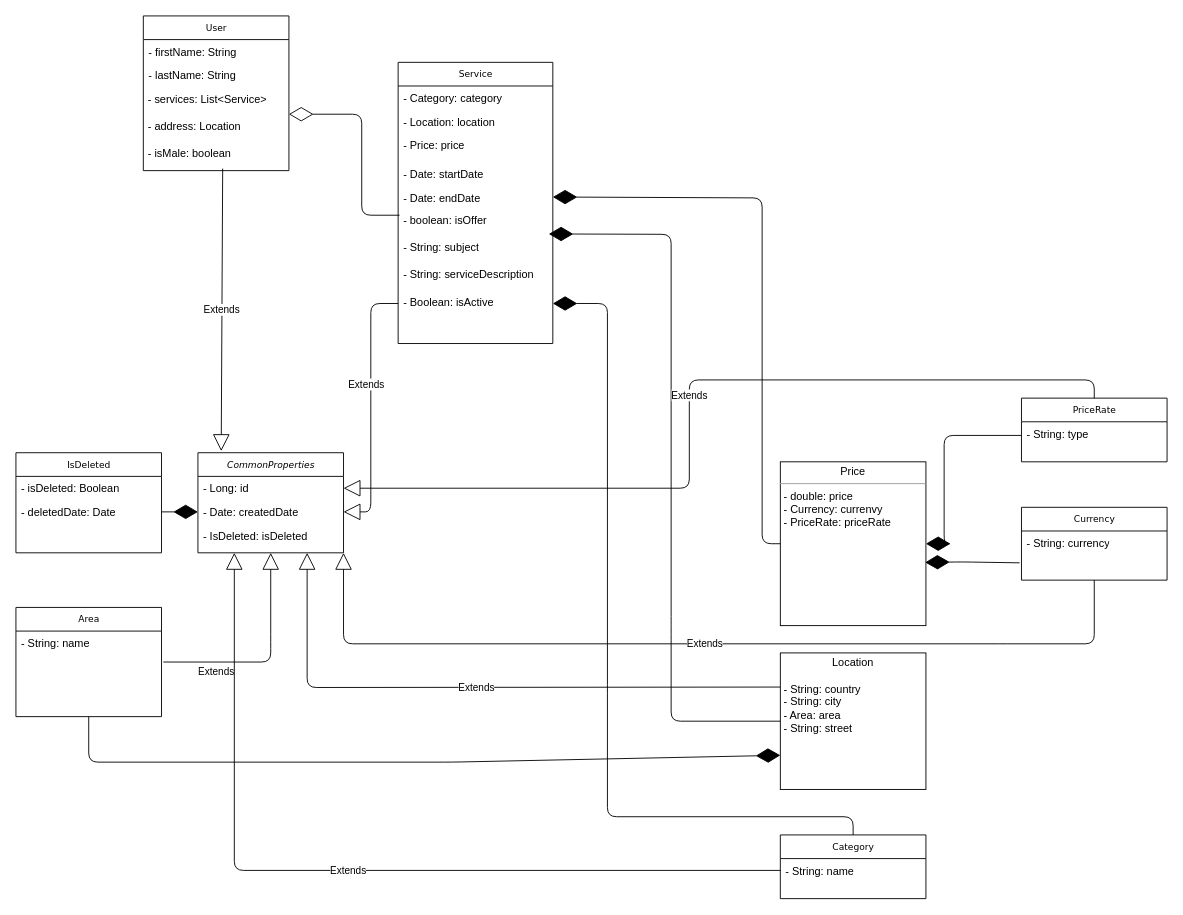
This is HelppyUML.drawio from StanislavRa/group_A_Helppy, a draw.io file, before an edit. Source tidied: cells renumbered, new cells numbered last; positions are measured from the earlier drawing's top-left corner, leaving out a move shared by most shapes. Both pictures are drawn from the tidied source at 91%, with x=0, y=0 at pixel (15, 15).
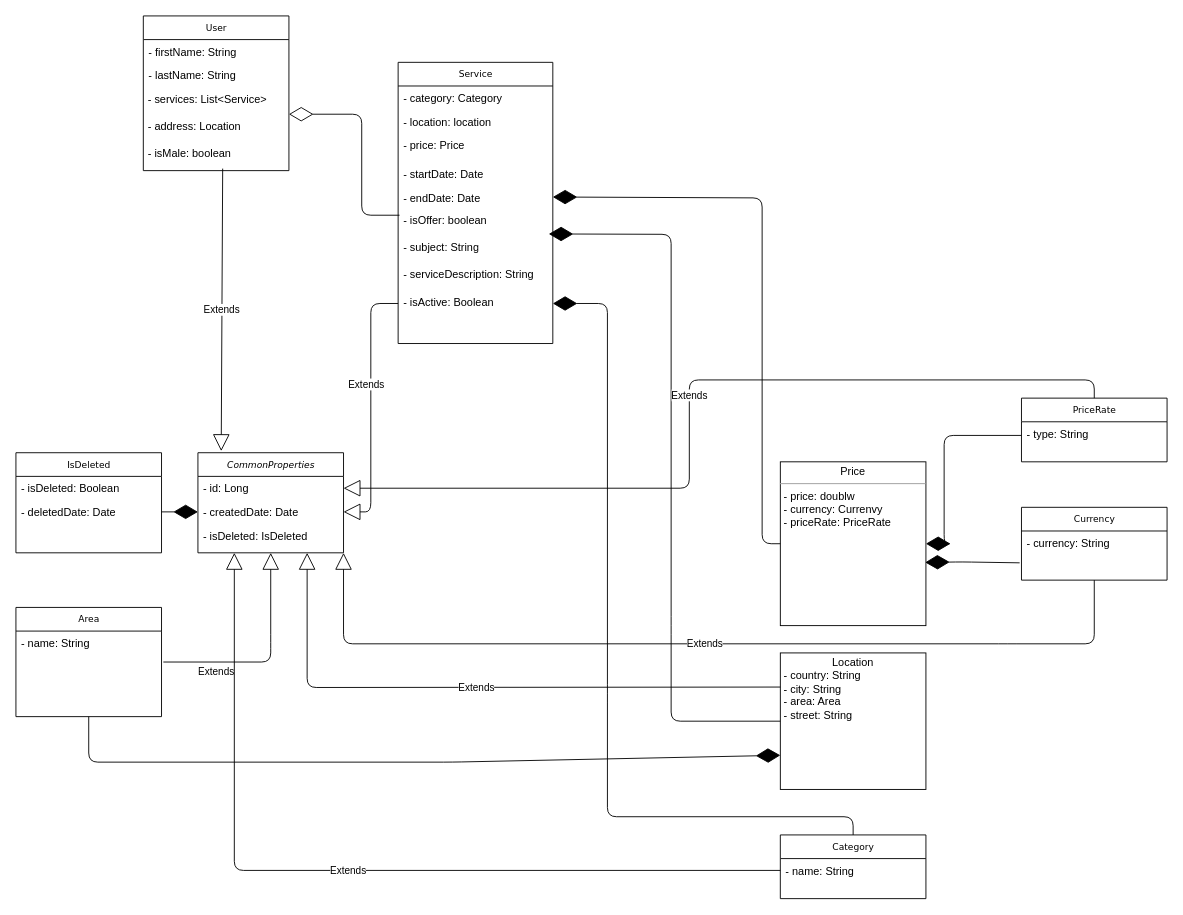
The same page after the edit.

Unchanged cells that the change refers to:
```xml
<mxCell id="2" value="Category" style="swimlane;html=1;fontStyle=0;horizontal=1;startSize=26;fillColor=none;swimlaneFillColor=#ffffff;rounded=0;shadow=0;comic=0;labelBackgroundColor=none;strokeWidth=1;fontFamily=Verdana;fontSize=10;align=center;" parent="1" vertex="1">
  <mxGeometry x="840" y="900" width="160" height="70" as="geometry" />
</mxCell>
<mxCell id="4" value="Service" style="swimlane;html=1;fontStyle=0;horizontal=1;startSize=26;fillColor=none;swimlaneFillColor=#ffffff;rounded=0;shadow=0;comic=0;labelBackgroundColor=none;strokeWidth=1;fontFamily=Verdana;fontSize=10;align=center;" parent="1" vertex="1">
  <mxGeometry x="420" y="51" width="170" height="309" as="geometry" />
</mxCell>
<mxCell id="19" value="Area" style="swimlane;html=1;fontStyle=0;horizontal=1;startSize=26;fillColor=none;swimlaneFillColor=#ffffff;rounded=0;shadow=0;comic=0;labelBackgroundColor=none;strokeWidth=1;fontFamily=Verdana;fontSize=10;align=center;" parent="1" vertex="1">
  <mxGeometry y="650" width="160" height="120" as="geometry" />
</mxCell>
<mxCell id="21" value="PriceRate" style="swimlane;html=1;fontStyle=0;horizontal=1;startSize=26;fillColor=none;swimlaneFillColor=#ffffff;rounded=0;shadow=0;comic=0;labelBackgroundColor=none;strokeWidth=1;fontFamily=Verdana;fontSize=10;align=center;" parent="1" vertex="1">
  <mxGeometry x="1105" y="420" width="160" height="70" as="geometry" />
</mxCell>
<mxCell id="23" value="Currency" style="swimlane;html=1;fontStyle=0;horizontal=1;startSize=26;fillColor=none;swimlaneFillColor=#ffffff;rounded=0;shadow=0;comic=0;labelBackgroundColor=none;strokeWidth=1;fontFamily=Verdana;fontSize=10;align=center;" parent="1" vertex="1">
  <mxGeometry x="1105" y="540" width="160" height="80" as="geometry" />
</mxCell>
<mxCell id="31" value="&lt;i&gt;CommonProperties&lt;/i&gt;" style="swimlane;html=1;fontStyle=0;horizontal=1;startSize=26;fillColor=none;swimlaneFillColor=#ffffff;rounded=0;shadow=0;comic=0;labelBackgroundColor=none;strokeWidth=1;fontFamily=Verdana;fontSize=10;align=center;" parent="1" vertex="1">
  <mxGeometry x="200" y="480" width="160" height="110" as="geometry" />
</mxCell>
```

The edit, as a diff of the source:
```diff
@@
-    <mxCell id="3" value="- String: name" style="text;html=1;strokeColor=none;fillColor=none;align=left;verticalAlign=top;spacingLeft=4;spacingRight=4;whiteSpace=wrap;overflow=hidden;" parent="2" vertex="1">
+    <mxCell id="3" value="- name: String" style="text;html=1;strokeColor=none;fillColor=none;align=left;verticalAlign=top;spacingLeft=4;spacingRight=4;whiteSpace=wrap;overflow=hidden;" parent="2" vertex="1">
       <mxGeometry y="26" width="160" height="30" as="geometry" />
     </mxCell>
@@
-    <mxCell id="5" value="- Category: category" style="text;html=1;strokeColor=none;fillColor=none;align=left;verticalAlign=top;spacingLeft=4;spacingRight=4;whiteSpace=wrap;overflow=hidden;" parent="4" vertex="1">
+    <mxCell id="5" value="- category: Category" style="text;html=1;strokeColor=none;fillColor=none;align=left;verticalAlign=top;spacingLeft=4;spacingRight=4;whiteSpace=wrap;overflow=hidden;" parent="4" vertex="1">
       <mxGeometry y="26" width="170" height="26" as="geometry" />
     </mxCell>
-    <mxCell id="6" value="- Location: location" style="text;html=1;strokeColor=none;fillColor=none;align=left;verticalAlign=top;spacingLeft=4;spacingRight=4;whiteSpace=wrap;overflow=hidden;" parent="4" vertex="1">
+    <mxCell id="6" value="- location: location" style="text;html=1;strokeColor=none;fillColor=none;align=left;verticalAlign=top;spacingLeft=4;spacingRight=4;whiteSpace=wrap;overflow=hidden;" parent="4" vertex="1">
       <mxGeometry y="52" width="170" height="26" as="geometry" />
     </mxCell>
-    <mxCell id="7" value="- Price: price" style="text;html=1;strokeColor=none;fillColor=none;align=left;verticalAlign=top;spacingLeft=4;spacingRight=4;whiteSpace=wrap;overflow=hidden;" parent="4" vertex="1">
+    <mxCell id="7" value="- price: Price" style="text;html=1;strokeColor=none;fillColor=none;align=left;verticalAlign=top;spacingLeft=4;spacingRight=4;whiteSpace=wrap;overflow=hidden;" parent="4" vertex="1">
       <mxGeometry y="78" width="170" height="32" as="geometry" />
     </mxCell>
-    <mxCell id="8" value="- Date: startDate" style="text;html=1;strokeColor=none;fillColor=none;align=left;verticalAlign=top;spacingLeft=4;spacingRight=4;whiteSpace=wrap;overflow=hidden;" parent="4" vertex="1">
+    <mxCell id="8" value="- startDate: Date" style="text;html=1;strokeColor=none;fillColor=none;align=left;verticalAlign=top;spacingLeft=4;spacingRight=4;whiteSpace=wrap;overflow=hidden;" parent="4" vertex="1">
       <mxGeometry y="110" width="170" height="26" as="geometry" />
     </mxCell>
-    <mxCell id="9" value="- Date: endDate" style="text;html=1;strokeColor=none;fillColor=none;align=left;verticalAlign=top;spacingLeft=4;spacingRight=4;whiteSpace=wrap;overflow=hidden;points=[[0,0.5],[1,0.5]];portConstraint=eastwest;" parent="4" vertex="1">
+    <mxCell id="9" value="- endDate: Date" style="text;html=1;strokeColor=none;fillColor=none;align=left;verticalAlign=top;spacingLeft=4;spacingRight=4;whiteSpace=wrap;overflow=hidden;points=[[0,0.5],[1,0.5]];portConstraint=eastwest;" parent="4" vertex="1">
       <mxGeometry y="136" width="170" height="24" as="geometry" />
     </mxCell>
-    <mxCell id="10" value="- boolean: isOffer" style="text;html=1;strokeColor=none;fillColor=none;align=left;verticalAlign=top;spacingLeft=4;spacingRight=4;whiteSpace=wrap;overflow=hidden;points=[[0,0.5],[1,0.5]];portConstraint=eastwest;" parent="4" vertex="1">
+    <mxCell id="10" value="- isOffer: boolean" style="text;html=1;strokeColor=none;fillColor=none;align=left;verticalAlign=top;spacingLeft=4;spacingRight=4;whiteSpace=wrap;overflow=hidden;points=[[0,0.5],[1,0.5]];portConstraint=eastwest;" parent="4" vertex="1">
       <mxGeometry y="160" width="170" height="30" as="geometry" />
     </mxCell>
-    <mxCell id="11" value="- String: subject" style="text;html=1;strokeColor=none;fillColor=none;align=left;verticalAlign=top;spacingLeft=4;spacingRight=4;whiteSpace=wrap;overflow=hidden;points=[[0,0.5],[1,0.5]];portConstraint=eastwest;" parent="4" vertex="1">
+    <mxCell id="11" value="- subject: String" style="text;html=1;strokeColor=none;fillColor=none;align=left;verticalAlign=top;spacingLeft=4;spacingRight=4;whiteSpace=wrap;overflow=hidden;points=[[0,0.5],[1,0.5]];portConstraint=eastwest;" parent="4" vertex="1">
       <mxGeometry y="190" width="170" height="30" as="geometry" />
     </mxCell>
-    <mxCell id="12" value="- String: serviceDescription" style="text;html=1;strokeColor=none;fillColor=none;align=left;verticalAlign=top;spacingLeft=4;spacingRight=4;whiteSpace=wrap;overflow=hidden;" parent="4" vertex="1">
+    <mxCell id="12" value="- serviceDescription: String" style="text;html=1;strokeColor=none;fillColor=none;align=left;verticalAlign=top;spacingLeft=4;spacingRight=4;whiteSpace=wrap;overflow=hidden;" parent="4" vertex="1">
       <mxGeometry y="220" width="170" height="30" as="geometry" />
     </mxCell>
-    <mxCell id="13" value="- Boolean: isActive" style="text;html=1;strokeColor=none;fillColor=none;align=left;verticalAlign=top;spacingLeft=4;spacingRight=4;whiteSpace=wrap;overflow=hidden;points=[[0,0.5],[1,0.5]];portConstraint=eastwest;" parent="4" vertex="1">
+    <mxCell id="13" value="- isActive: Boolean" style="text;html=1;strokeColor=none;fillColor=none;align=left;verticalAlign=top;spacingLeft=4;spacingRight=4;whiteSpace=wrap;overflow=hidden;points=[[0,0.5],[1,0.5]];portConstraint=eastwest;" parent="4" vertex="1">
       <mxGeometry y="250" width="170" height="30" as="geometry" />
     </mxCell>
-    <mxCell id="14" value="&lt;p style=&quot;margin: 0px ; margin-top: 4px ; text-align: center&quot;&gt;Location&lt;/p&gt;&lt;br&gt;&lt;p style=&quot;margin: 0px ; margin-left: 4px&quot;&gt;- String: country&lt;/p&gt;&lt;p style=&quot;margin: 0px ; margin-left: 4px&quot;&gt;- String: city&lt;/p&gt;&lt;p style=&quot;margin: 0px ; margin-left: 4px&quot;&gt;- Area: area&lt;/p&gt;&lt;p style=&quot;margin: 0px ; margin-left: 4px&quot;&gt;- String: street&lt;/p&gt;" style="verticalAlign=top;align=left;overflow=fill;fontSize=12;fontFamily=Helvetica;html=1;rounded=0;shadow=0;comic=0;labelBackgroundColor=none;strokeWidth=1;" parent="1" vertex="1">
+    <mxCell id="14" value="&lt;p style=&quot;margin: 0px ; margin-top: 4px ; text-align: center&quot;&gt;Location&lt;/p&gt;&lt;p style=&quot;margin: 0px ; margin-left: 4px&quot;&gt;- country: String&lt;/p&gt;&lt;p style=&quot;margin: 0px ; margin-left: 4px&quot;&gt;- city: String&lt;/p&gt;&lt;p style=&quot;margin: 0px ; margin-left: 4px&quot;&gt;- area: Area&lt;/p&gt;&lt;p style=&quot;margin: 0px ; margin-left: 4px&quot;&gt;- street: String&lt;/p&gt;" style="verticalAlign=top;align=left;overflow=fill;fontSize=12;fontFamily=Helvetica;html=1;rounded=0;shadow=0;comic=0;labelBackgroundColor=none;strokeWidth=1;" parent="1" vertex="1">
       <mxGeometry x="840" y="700" width="160" height="150" as="geometry" />
     </mxCell>
-    <mxCell id="15" value="&lt;p style=&quot;margin: 0px ; margin-top: 4px ; text-align: center&quot;&gt;Price&lt;/p&gt;&lt;hr size=&quot;1&quot;&gt;&lt;p style=&quot;margin: 0px ; margin-left: 4px&quot;&gt;- double: price&lt;/p&gt;&lt;p style=&quot;margin: 0px ; margin-left: 4px&quot;&gt;- Currency: currenvy&lt;/p&gt;&lt;p style=&quot;margin: 0px ; margin-left: 4px&quot;&gt;- PriceRate: priceRate&lt;/p&gt;" style="verticalAlign=top;align=left;overflow=fill;fontSize=12;fontFamily=Helvetica;html=1;rounded=0;shadow=0;comic=0;labelBackgroundColor=none;strokeWidth=1;" parent="1" vertex="1">
+    <mxCell id="15" value="&lt;p style=&quot;margin: 0px ; margin-top: 4px ; text-align: center&quot;&gt;Price&lt;/p&gt;&lt;hr size=&quot;1&quot;&gt;&lt;p style=&quot;margin: 0px ; margin-left: 4px&quot;&gt;- price: doublw&lt;/p&gt;&lt;p style=&quot;margin: 0px ; margin-left: 4px&quot;&gt;- currency: Currenvy&lt;/p&gt;&lt;p style=&quot;margin: 0px ; margin-left: 4px&quot;&gt;- priceRate: PriceRate&lt;/p&gt;" style="verticalAlign=top;align=left;overflow=fill;fontSize=12;fontFamily=Helvetica;html=1;rounded=0;shadow=0;comic=0;labelBackgroundColor=none;strokeWidth=1;" parent="1" vertex="1">
       <mxGeometry x="840" y="490" width="160" height="180" as="geometry" />
     </mxCell>
@@
-    <mxCell id="20" value="- String: name" style="text;html=1;strokeColor=none;fillColor=none;align=left;verticalAlign=top;spacingLeft=4;spacingRight=4;whiteSpace=wrap;overflow=hidden;" parent="19" vertex="1">
+    <mxCell id="20" value="- name: String" style="text;html=1;strokeColor=none;fillColor=none;align=left;verticalAlign=top;spacingLeft=4;spacingRight=4;whiteSpace=wrap;overflow=hidden;" parent="19" vertex="1">
       <mxGeometry y="26" width="160" height="30" as="geometry" />
     </mxCell>
@@
-    <mxCell id="22" value="- String: type" style="text;html=1;strokeColor=none;fillColor=none;align=left;verticalAlign=top;spacingLeft=4;spacingRight=4;whiteSpace=wrap;overflow=hidden;points=[[0,0.5],[1,0.5]];portConstraint=eastwest;" parent="21" vertex="1">
+    <mxCell id="22" value="- type: String" style="text;html=1;strokeColor=none;fillColor=none;align=left;verticalAlign=top;spacingLeft=4;spacingRight=4;whiteSpace=wrap;overflow=hidden;points=[[0,0.5],[1,0.5]];portConstraint=eastwest;" parent="21" vertex="1">
       <mxGeometry y="26" width="160" height="30" as="geometry" />
     </mxCell>
@@
-    <mxCell id="24" value="- String: currency" style="text;html=1;strokeColor=none;fillColor=none;align=left;verticalAlign=top;spacingLeft=4;spacingRight=4;whiteSpace=wrap;overflow=hidden;" parent="23" vertex="1">
+    <mxCell id="24" value="- currency:&amp;nbsp;String" style="text;html=1;strokeColor=none;fillColor=none;align=left;verticalAlign=top;spacingLeft=4;spacingRight=4;whiteSpace=wrap;overflow=hidden;" parent="23" vertex="1">
       <mxGeometry y="26" width="160" height="30" as="geometry" />
     </mxCell>
@@
-    <mxCell id="32" value="- Long: id" style="text;html=1;strokeColor=none;fillColor=none;align=left;verticalAlign=top;spacingLeft=4;spacingRight=4;whiteSpace=wrap;overflow=hidden;points=[[0,0.5],[1,0.5]];portConstraint=eastwest;" parent="31" vertex="1">
+    <mxCell id="32" value="- id: Long" style="text;html=1;strokeColor=none;fillColor=none;align=left;verticalAlign=top;spacingLeft=4;spacingRight=4;whiteSpace=wrap;overflow=hidden;points=[[0,0.5],[1,0.5]];portConstraint=eastwest;" parent="31" vertex="1">
       <mxGeometry y="26" width="160" height="26" as="geometry" />
     </mxCell>
-    <mxCell id="33" value="- Date: createdDate" style="text;html=1;strokeColor=none;fillColor=none;align=left;verticalAlign=top;spacingLeft=4;spacingRight=4;whiteSpace=wrap;overflow=hidden;points=[[0,0.5],[1,0.5]];portConstraint=eastwest;" parent="31" vertex="1">
+    <mxCell id="33" value="- createdDate: Date" style="text;html=1;strokeColor=none;fillColor=none;align=left;verticalAlign=top;spacingLeft=4;spacingRight=4;whiteSpace=wrap;overflow=hidden;points=[[0,0.5],[1,0.5]];portConstraint=eastwest;" parent="31" vertex="1">
       <mxGeometry y="52" width="160" height="26" as="geometry" />
     </mxCell>
-    <mxCell id="34" value="- IsDeleted: isDeleted" style="text;html=1;strokeColor=none;fillColor=none;align=left;verticalAlign=top;spacingLeft=4;spacingRight=4;whiteSpace=wrap;overflow=hidden;" parent="31" vertex="1">
+    <mxCell id="34" value="- isDeleted: IsDeleted" style="text;html=1;strokeColor=none;fillColor=none;align=left;verticalAlign=top;spacingLeft=4;spacingRight=4;whiteSpace=wrap;overflow=hidden;" parent="31" vertex="1">
       <mxGeometry y="78" width="160" height="26" as="geometry" />
     </mxCell>
```
